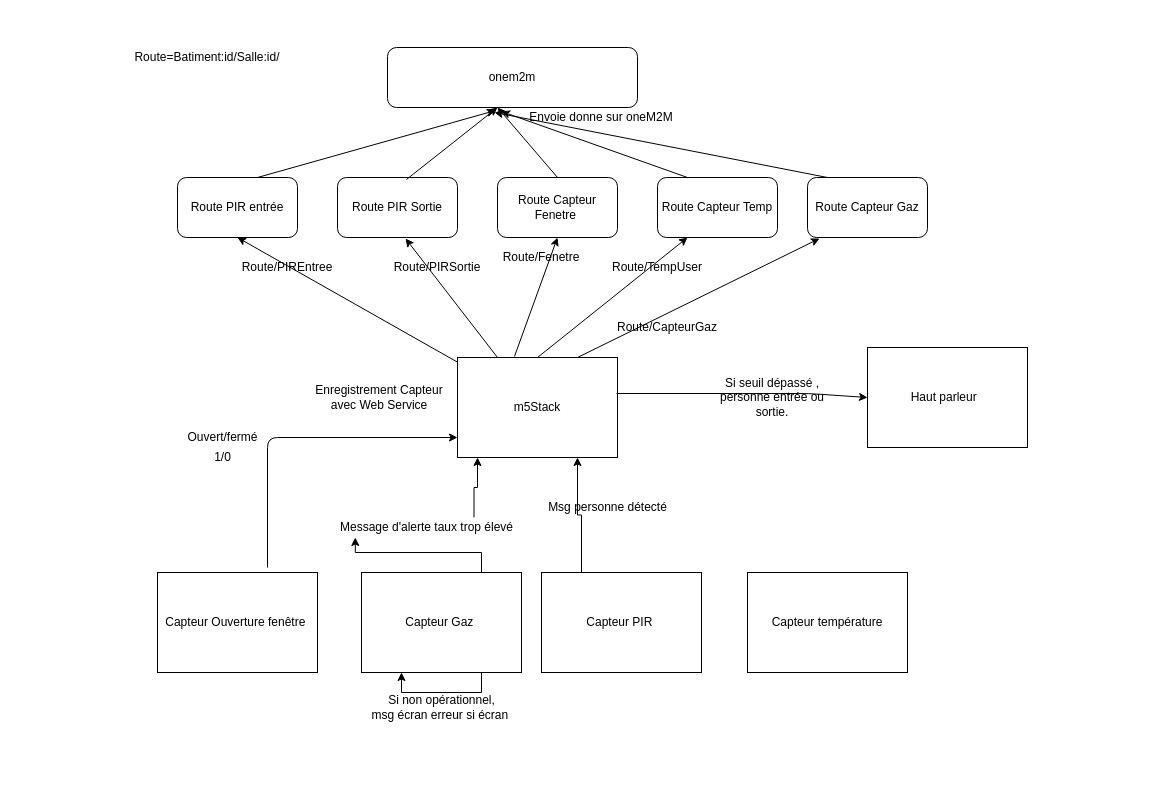
Before: documentation/CharbonnelLens.drawio in LENSAlex/ProjetIotia, a draw.io diagram. Source tidied: cells renumbered, new cells numbered last; positions are measured from the earlier drawing's top-left corner, leaving out a move shared by most shapes. Both pictures are drawn from the tidied source at 100%, with x=0, y=0 at pixel (157, 47).
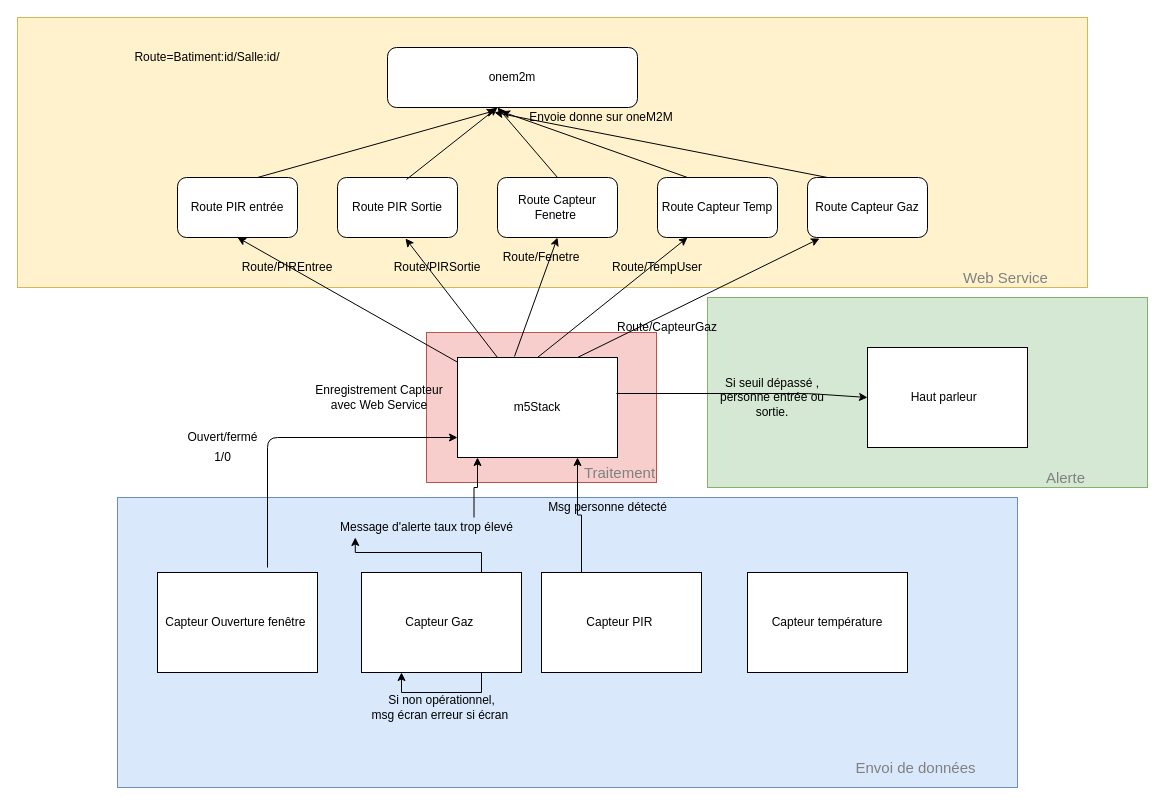
The same page after the edit.

Diff of the diagram source:
```diff
@@
+    <mxCell id="44" style="rounded=0;whiteSpace=wrap;html=1;fillColor=#f8cecc;strokeColor=#b85450;" parent="1" vertex="1">
+      <mxGeometry x="269" y="285" width="230" height="150" as="geometry" />
+    </mxCell>
+    <mxCell id="45" style="rounded=0;whiteSpace=wrap;html=1;fillColor=#fff2cc;strokeColor=#d6b656;" parent="1" vertex="1">
+      <mxGeometry x="-140" y="-30" width="1070" height="270" as="geometry" />
+    </mxCell>
+    <mxCell id="46" style="rounded=0;whiteSpace=wrap;html=1;fillColor=#d5e8d4;strokeColor=#82b366;" parent="1" vertex="1">
+      <mxGeometry x="550" y="250" width="440" height="190" as="geometry" />
+    </mxCell>
+    <mxCell id="47" style="rounded=0;whiteSpace=wrap;html=1;fillColor=#dae8fc;strokeColor=#6c8ebf;" parent="1" vertex="1">
+      <mxGeometry x="-40" y="450" width="900" height="290" as="geometry" />
+    </mxCell>
@@
+    <mxCell id="48" value="&lt;font style=&quot;font-size: 15px&quot; color=&quot;#808080&quot;&gt;Envoi de données&lt;/font&gt;" style="text;html=1;strokeColor=none;fillColor=none;align=center;verticalAlign=middle;whiteSpace=wrap;rounded=0;" parent="1" vertex="1">
+      <mxGeometry x="680" y="710" width="157" height="20" as="geometry" />
+    </mxCell>
+    <mxCell id="49" value="&lt;font style=&quot;font-size: 15px&quot; color=&quot;#808080&quot;&gt;Alerte&lt;/font&gt;" style="text;html=1;strokeColor=none;fillColor=none;align=center;verticalAlign=middle;whiteSpace=wrap;rounded=0;" parent="1" vertex="1">
+      <mxGeometry x="830" y="420" width="157" height="20" as="geometry" />
+    </mxCell>
+    <mxCell id="50" value="&lt;font style=&quot;font-size: 15px&quot; color=&quot;#808080&quot;&gt;Web Service&lt;/font&gt;" style="text;html=1;strokeColor=none;fillColor=none;align=center;verticalAlign=middle;whiteSpace=wrap;rounded=0;" parent="1" vertex="1">
+      <mxGeometry x="770" y="220" width="157" height="20" as="geometry" />
+    </mxCell>
+    <mxCell id="51" value="&lt;font style=&quot;font-size: 15px&quot; color=&quot;#808080&quot;&gt;Traitement&lt;/font&gt;" style="text;html=1;strokeColor=none;fillColor=none;align=center;verticalAlign=middle;whiteSpace=wrap;rounded=0;" parent="1" vertex="1">
+      <mxGeometry x="384" y="415" width="157" height="20" as="geometry" />
+    </mxCell>
```
